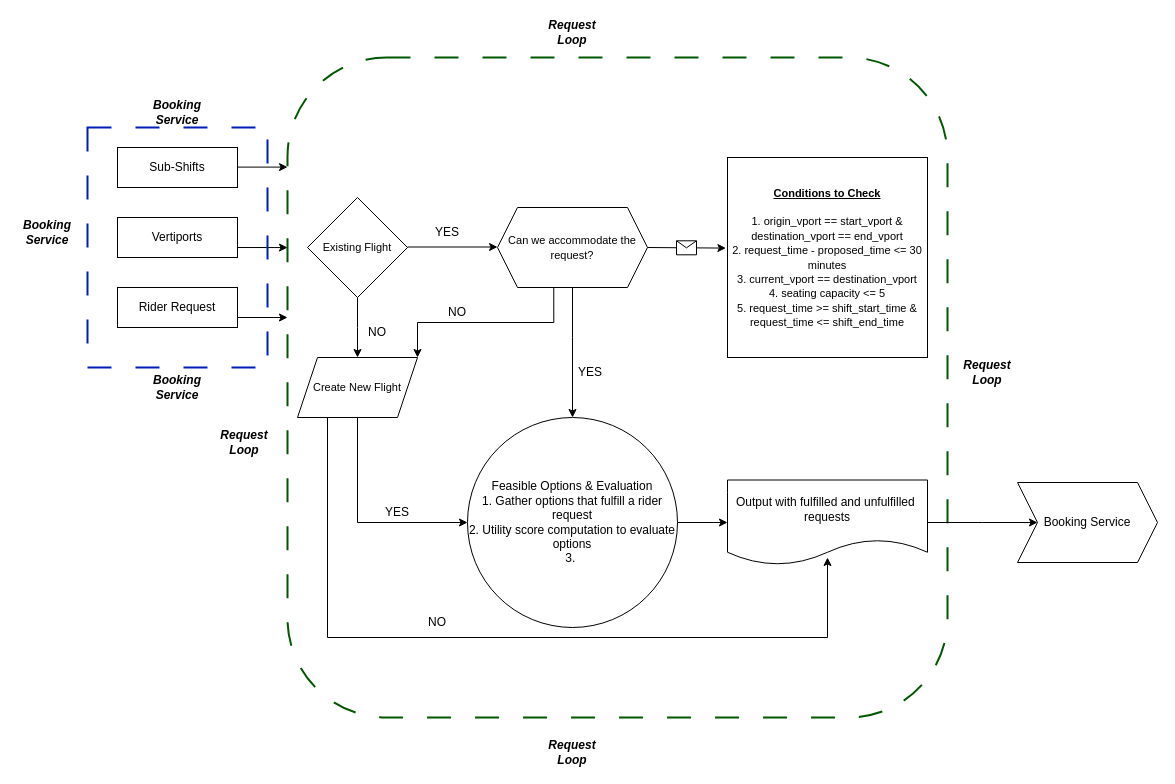
rskris/RideshareMatching keeps this draw.io diagram as Untitled Diagram.drawio. Above is the earlier version. Source tidied: cells renumbered, new cells numbered last; positions are measured from the earlier drawing's top-left corner, leaving out a move shared by most shapes. Both pictures are drawn from the tidied source at 100%, with x=0, y=0 at pixel (17, 17).
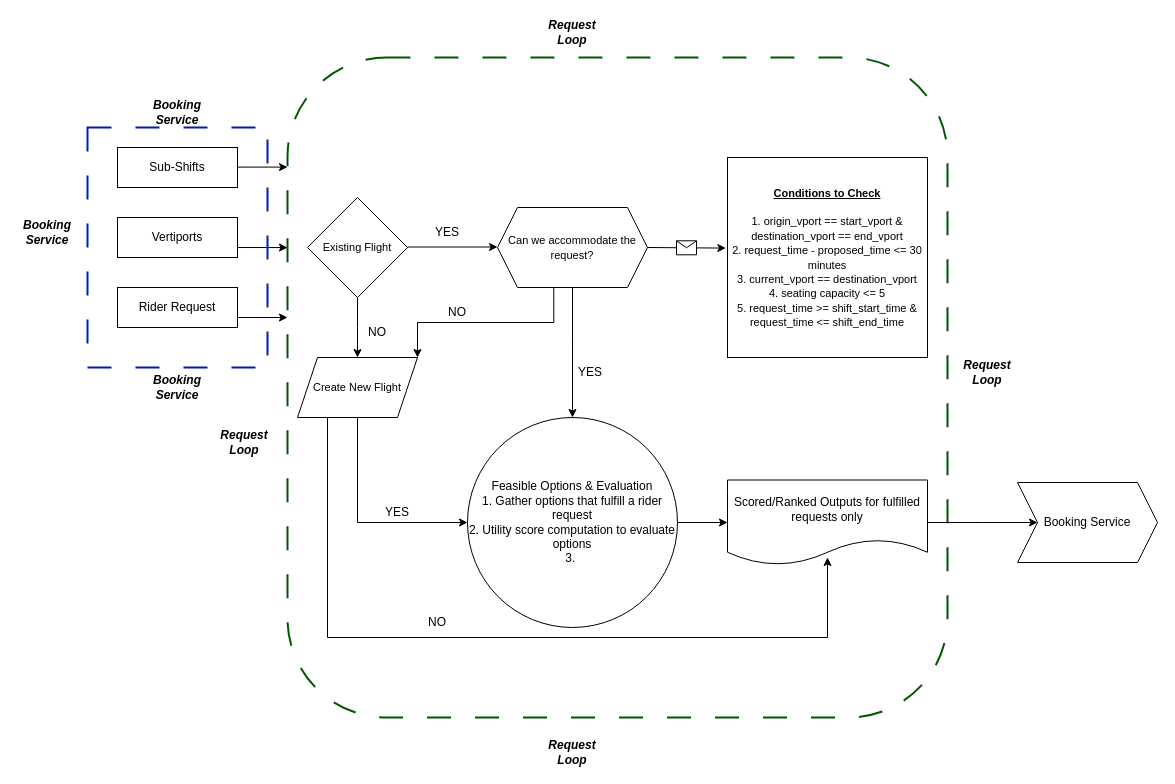
The same diagram, later.

The edit, as a diff of the source:
```diff
@@
-    <mxCell id="30" value="Output with fulfilled and unfulfilled&amp;nbsp; requests" style="shape=document;whiteSpace=wrap;html=1;boundedLbl=1;" parent="1" vertex="1">
+    <mxCell id="30" value="Scored/Ranked Outputs for fulfilled requests only" style="shape=document;whiteSpace=wrap;html=1;boundedLbl=1;" parent="1" vertex="1">
       <mxGeometry x="710" y="462.5" width="200" height="85" as="geometry" />
     </mxCell>
```
